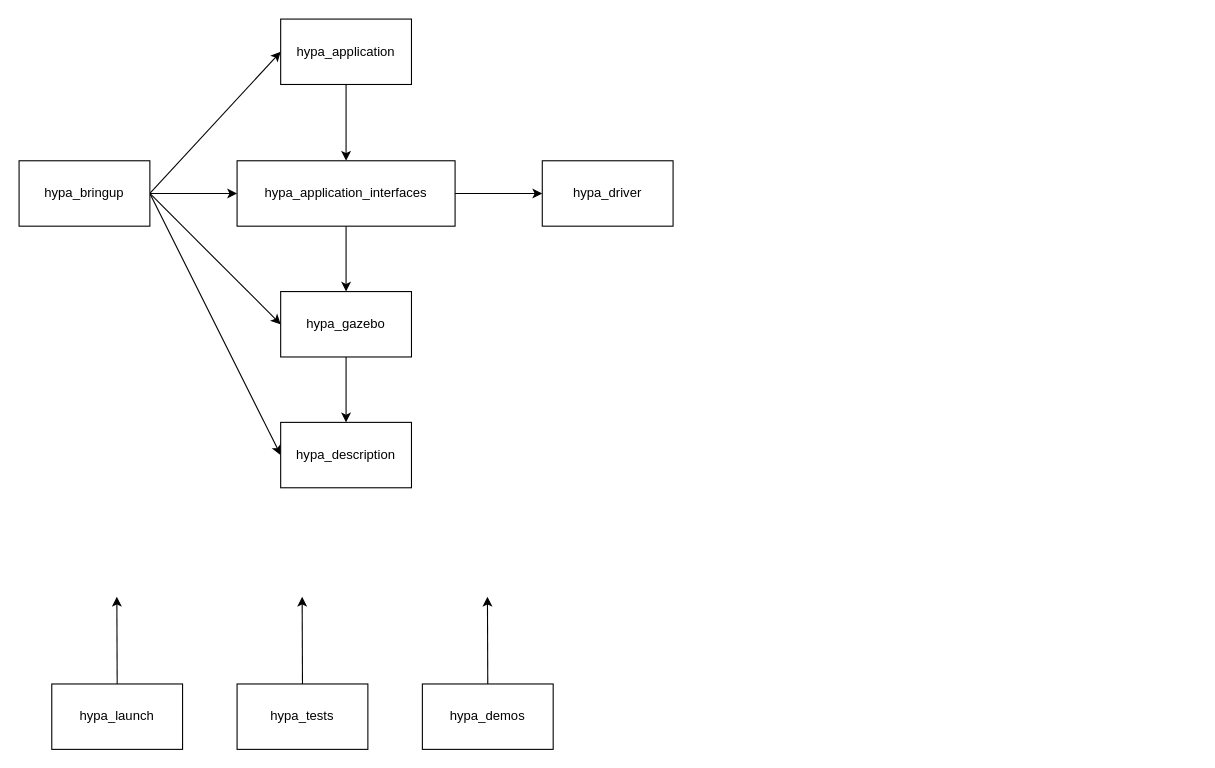
Before: src/hypa_bringup/docs/sys_arch.drawio in Xinyu-Sheng/hypa_ws, a draw.io diagram. Source tidied: cells renumbered, new cells numbered last; positions are measured from the earlier drawing's top-left corner, leaving out a move shared by most shapes. Both pictures are drawn from the tidied source at 109%, with x=0, y=0 at pixel (19, 19).
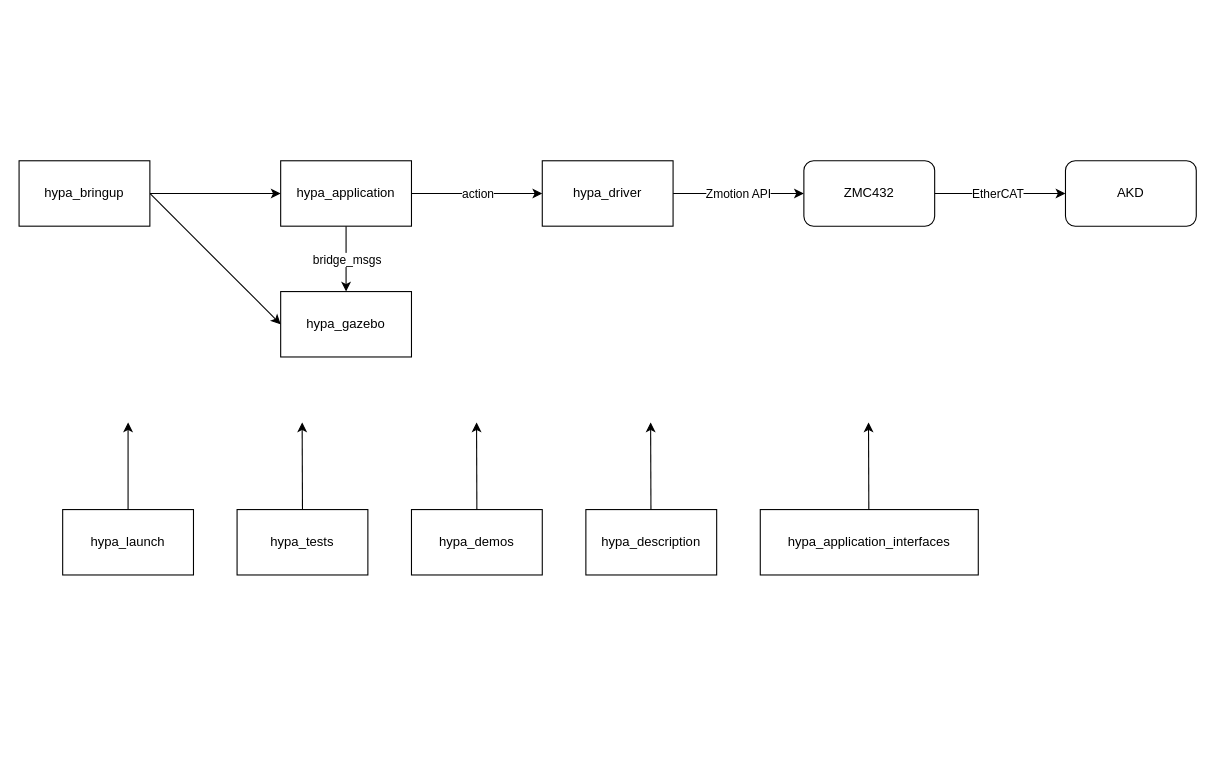
Above is the later version.

Commit message:
Update system architecture diagram with hardware layer

Unchanged cells that the change refers to:
```xml
<mxCell id="8" value="hypa_gazebo" style="whiteSpace=wrap;html=1;" parent="1" vertex="1">
  <mxGeometry x="240" y="250" width="120" height="60" as="geometry" />
</mxCell>
<mxCell id="13" value="hypa_bringup" style="whiteSpace=wrap;html=1;" parent="1" vertex="1">
  <mxGeometry y="130" width="120" height="60" as="geometry" />
</mxCell>
<mxCell id="15" value="hypa_driver" style="whiteSpace=wrap;html=1;" parent="1" vertex="1">
  <mxGeometry x="480" y="130" width="120" height="60" as="geometry" />
</mxCell>
```

What changed in the source:
```diff
@@
-    <mxCell id="2" style="edgeStyle=none;html=1;exitX=0.5;exitY=1;exitDx=0;exitDy=0;entryX=0.5;entryY=0;entryDx=0;entryDy=0;" parent="1" edge="1" source="3" target="6">
-      <mxGeometry relative="1" as="geometry" />
-    </mxCell>
+    <mxCell id="22" style="edgeStyle=none;html=1;exitX=1;exitY=0.5;exitDx=0;exitDy=0;entryX=0;entryY=0.5;entryDx=0;entryDy=0;" parent="1" edge="1" source="3" target="15">
+      <mxGeometry relative="1" as="geometry" />
+    </mxCell>
+    <mxCell id="23" value="action" style="edgeLabel;html=1;align=center;verticalAlign=middle;" parent="22" vertex="1">
+      <mxGeometry x="-0.01" y="-2" relative="1" as="geometry">
+        <mxPoint x="1" y="-2" as="offset" />
+      </mxGeometry>
+    </mxCell>
+    <mxCell id="24" style="edgeStyle=none;html=1;exitX=0.5;exitY=1;exitDx=0;exitDy=0;entryX=0.5;entryY=0;entryDx=0;entryDy=0;" parent="1" edge="1" source="3" target="8">
+      <mxGeometry relative="1" as="geometry" />
+    </mxCell>
+    <mxCell id="25" value="bridge_msgs" style="edgeLabel;html=1;align=center;verticalAlign=middle;" parent="24" vertex="1">
+      <mxGeometry x="-0.35" y="1" relative="1" as="geometry">
+        <mxPoint x="-1" y="10" as="offset" />
+      </mxGeometry>
+    </mxCell>
     <mxCell id="3" value="hypa_application" style="whiteSpace=wrap;html=1;" parent="1" vertex="1">
-      <mxGeometry x="240" width="120" height="60" as="geometry" />
+      <mxGeometry x="240" y="130" width="120" height="60" as="geometry" />
     </mxCell>
-    <mxCell id="4" style="edgeStyle=none;html=1;exitX=0.5;exitY=1;exitDx=0;exitDy=0;entryX=0.5;entryY=0;entryDx=0;entryDy=0;" parent="1" edge="1" source="6" target="8">
-      <mxGeometry relative="1" as="geometry" />
-    </mxCell>
-    <mxCell id="5" style="edgeStyle=none;html=1;exitX=1;exitY=0.5;exitDx=0;exitDy=0;entryX=0;entryY=0.5;entryDx=0;entryDy=0;" parent="1" edge="1" source="6" target="15">
-      <mxGeometry relative="1" as="geometry" />
-    </mxCell>
-    <mxCell id="6" value="hypa_application_interfaces" style="whiteSpace=wrap;html=1;" parent="1" vertex="1">
-      <mxGeometry x="200" y="130" width="200" height="60" as="geometry" />
-    </mxCell>
-    <mxCell id="7" style="edgeStyle=none;html=1;exitX=0.5;exitY=1;exitDx=0;exitDy=0;" parent="1" edge="1" source="8" target="14">
-      <mxGeometry relative="1" as="geometry" />
-    </mxCell>
@@
-    <mxCell id="10" style="edgeStyle=none;html=1;exitX=1;exitY=0.5;exitDx=0;exitDy=0;entryX=0;entryY=0.5;entryDx=0;entryDy=0;" parent="1" edge="1" source="13" target="6">
-      <mxGeometry relative="1" as="geometry" />
-    </mxCell>
@@
-    <mxCell id="12" style="edgeStyle=none;html=1;exitX=1;exitY=0.5;exitDx=0;exitDy=0;entryX=0;entryY=0.5;entryDx=0;entryDy=0;" parent="1" edge="1" source="13" target="14">
-      <mxGeometry relative="1" as="geometry" />
-    </mxCell>
@@
-    <mxCell id="14" value="hypa_description" style="whiteSpace=wrap;html=1;" parent="1" vertex="1">
-      <mxGeometry x="240" y="370" width="120" height="60" as="geometry" />
-    </mxCell>
+    <mxCell id="26" style="edgeStyle=none;html=1;" parent="1" edge="1" source="15" target="30">
+      <mxGeometry relative="1" as="geometry" />
+    </mxCell>
+    <mxCell id="27" value="Zmotion API" style="edgeLabel;html=1;align=center;verticalAlign=middle;" parent="26" vertex="1">
+      <mxGeometry x="-0.26" y="-2" relative="1" as="geometry">
+        <mxPoint x="15" y="-2" as="offset" />
+      </mxGeometry>
+    </mxCell>
@@
     <mxCell id="16" style="edgeStyle=none;html=1;exitX=0.5;exitY=0;exitDx=0;exitDy=0;" parent="1" edge="1" source="17">
       <mxGeometry relative="1" as="geometry">
-        <mxPoint x="89.7" y="530" as="targetPoint" />
+        <mxPoint x="100" y="370" as="targetPoint" />
       </mxGeometry>
     </mxCell>
     <mxCell id="17" value="hypa_launch" style="whiteSpace=wrap;html=1;" parent="1" vertex="1">
-      <mxGeometry x="30" y="610" width="120" height="60" as="geometry" />
+      <mxGeometry x="40" y="450" width="120" height="60" as="geometry" />
     </mxCell>
     <mxCell id="18" style="edgeStyle=none;html=1;exitX=0.5;exitY=0;exitDx=0;exitDy=0;" parent="1" edge="1" source="19">
       <mxGeometry relative="1" as="geometry">
-        <mxPoint x="259.7" y="530" as="targetPoint" />
+        <mxPoint x="259.7" y="370" as="targetPoint" />
       </mxGeometry>
     </mxCell>
     <mxCell id="19" value="hypa_tests" style="whiteSpace=wrap;html=1;" parent="1" vertex="1">
-      <mxGeometry x="200" y="610" width="120" height="60" as="geometry" />
+      <mxGeometry x="200" y="450" width="120" height="60" as="geometry" />
     </mxCell>
     <mxCell id="20" style="edgeStyle=none;html=1;exitX=0.5;exitY=0;exitDx=0;exitDy=0;" parent="1" edge="1" source="21">
       <mxGeometry relative="1" as="geometry">
-        <mxPoint x="429.7" y="530" as="targetPoint" />
+        <mxPoint x="419.7" y="370" as="targetPoint" />
       </mxGeometry>
     </mxCell>
     <mxCell id="21" value="hypa_demos" style="whiteSpace=wrap;html=1;" parent="1" vertex="1">
-      <mxGeometry x="370" y="610" width="120" height="60" as="geometry" />
+      <mxGeometry x="360" y="450" width="120" height="60" as="geometry" />
     </mxCell>
+    <mxCell id="28" style="edgeStyle=none;html=1;exitX=1;exitY=0.5;exitDx=0;exitDy=0;entryX=0;entryY=0.5;entryDx=0;entryDy=0;" parent="1" edge="1" source="30" target="31">
+      <mxGeometry relative="1" as="geometry" />
+    </mxCell>
+    <mxCell id="29" value="EtherCAT" style="edgeLabel;html=1;align=center;verticalAlign=middle;" parent="28" vertex="1">
+      <mxGeometry x="-0.19" y="-2" relative="1" as="geometry">
+        <mxPoint x="8" y="-2" as="offset" />
+      </mxGeometry>
+    </mxCell>
+    <mxCell id="30" value="ZMC432" style="rounded=1;whiteSpace=wrap;html=1;" parent="1" vertex="1">
+      <mxGeometry x="720" y="130" width="120" height="60" as="geometry" />
+    </mxCell>
+    <mxCell id="31" value="&lt;span style=&quot;white-space: pre;&quot;&gt;AKD&lt;/span&gt;" style="rounded=1;whiteSpace=wrap;html=1;" parent="1" vertex="1">
+      <mxGeometry x="960" y="130" width="120" height="60" as="geometry" />
+    </mxCell>
+    <mxCell id="6" value="hypa_application_interfaces" style="whiteSpace=wrap;html=1;" parent="1" vertex="1">
+      <mxGeometry x="680" y="450" width="200" height="60" as="geometry" />
+    </mxCell>
+    <mxCell id="32" style="edgeStyle=none;html=1;exitX=0.5;exitY=0;exitDx=0;exitDy=0;" parent="1" edge="1">
+      <mxGeometry relative="1" as="geometry">
+        <mxPoint x="779.6" y="450" as="sourcePoint" />
+        <mxPoint x="779.3" y="370" as="targetPoint" />
+      </mxGeometry>
+    </mxCell>
+    <mxCell id="14" value="hypa_description" style="whiteSpace=wrap;html=1;" parent="1" vertex="1">
+      <mxGeometry x="520" y="450" width="120" height="60" as="geometry" />
+    </mxCell>
+    <mxCell id="33" style="edgeStyle=none;html=1;exitX=0.5;exitY=0;exitDx=0;exitDy=0;" parent="1" edge="1">
+      <mxGeometry relative="1" as="geometry">
+        <mxPoint x="579.7" y="450" as="sourcePoint" />
+        <mxPoint x="579.4" y="370" as="targetPoint" />
+      </mxGeometry>
+    </mxCell>
```
